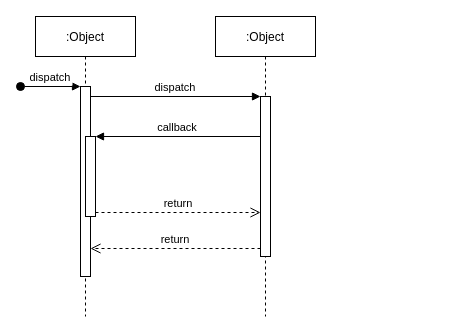
Above: UML/SW ENG course/Sequence diagrams/Using elevator.drawio in DeveloperLauri/UML-charts-draw.io (draw.io), before the change. Source tidied: cells renumbered, new cells numbered last; positions are measured from the earlier drawing's top-left corner, leaving out a move shared by most shapes. Both pictures are drawn from the tidied source at 100%, with x=0, y=0 at pixel (20, 16).
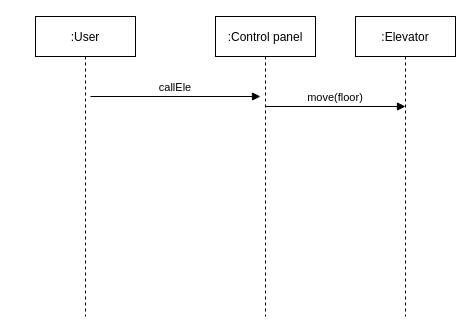
After the change.

Diff of the diagram source:
```diff
@@
 <mxGraphModel>
   <root>
     <mxCell id="0" />
     <mxCell id="1" parent="0" />
-    <mxCell id="2" value=":Object" style="shape=umlLifeline;perimeter=lifelinePerimeter;rounded=0;shadow=0;strokeWidth=1;" parent="1" vertex="1">
+    <mxCell id="2" value=":User" style="shape=umlLifeline;perimeter=lifelinePerimeter;rounded=0;shadow=0;strokeWidth=1;" parent="1" vertex="1">
       <mxGeometry x="15" width="100" height="300" as="geometry" />
     </mxCell>
-    <mxCell id="3" style="points=[];perimeter=orthogonalPerimeter;rounded=0;shadow=0;strokeWidth=1;" parent="2" vertex="1">
-      <mxGeometry x="45" y="70" width="10" height="190" as="geometry" />
-    </mxCell>
-    <mxCell id="4" value="dispatch" style="verticalAlign=bottom;startArrow=oval;endArrow=block;startSize=8;shadow=0;strokeWidth=1;" parent="2" edge="1" target="3">
-      <mxGeometry relative="1" as="geometry">
-        <mxPoint x="-15" y="70" as="sourcePoint" />
-      </mxGeometry>
-    </mxCell>
-    <mxCell id="5" style="points=[];perimeter=orthogonalPerimeter;rounded=0;shadow=0;strokeWidth=1;" parent="2" vertex="1">
-      <mxGeometry x="50" y="120" width="10" height="80" as="geometry" />
-    </mxCell>
-    <mxCell id="6" value=":Object" style="shape=umlLifeline;perimeter=lifelinePerimeter;rounded=0;shadow=0;strokeWidth=1;" parent="1" vertex="1">
+    <mxCell id="6" value=":Control panel" style="shape=umlLifeline;perimeter=lifelinePerimeter;rounded=0;shadow=0;strokeWidth=1;" parent="1" vertex="1">
       <mxGeometry x="195" width="100" height="300" as="geometry" />
     </mxCell>
-    <mxCell id="7" style="points=[];perimeter=orthogonalPerimeter;rounded=0;shadow=0;strokeWidth=1;" parent="6" vertex="1">
-      <mxGeometry x="45" y="80" width="10" height="160" as="geometry" />
-    </mxCell>
-    <mxCell id="8" value="return" style="verticalAlign=bottom;endArrow=open;dashed=1;endSize=8;exitX=0;exitY=0.95;shadow=0;strokeWidth=1;" parent="1" edge="1" source="7" target="3">
-      <mxGeometry relative="1" as="geometry" />
-    </mxCell>
-    <mxCell id="9" value="dispatch" style="verticalAlign=bottom;endArrow=block;entryX=0;entryY=0;shadow=0;strokeWidth=1;" parent="1" edge="1" source="3" target="7">
-      <mxGeometry relative="1" as="geometry" />
+    <mxCell id="9" value="callEle" style="verticalAlign=bottom;endArrow=block;entryX=0;entryY=0;shadow=0;strokeWidth=1;" parent="1" edge="1">
+      <mxGeometry relative="1" as="geometry">
+        <mxPoint x="70" y="80" as="sourcePoint" />
+        <mxPoint x="240" y="80" as="targetPoint" />
+      </mxGeometry>
     </mxCell>
-    <mxCell id="10" value="callback" style="verticalAlign=bottom;endArrow=block;entryX=1;entryY=0;shadow=0;strokeWidth=1;" parent="1" edge="1" source="7" target="5">
-      <mxGeometry relative="1" as="geometry" />
-    </mxCell>
-    <mxCell id="11" value="return" style="verticalAlign=bottom;endArrow=open;dashed=1;endSize=8;exitX=1;exitY=0.95;shadow=0;strokeWidth=1;" parent="1" edge="1" source="5" target="7">
-      <mxGeometry relative="1" as="geometry" />
-    </mxCell>
+    <mxCell id="12" value=":Elevator" style="shape=umlLifeline;perimeter=lifelinePerimeter;rounded=0;shadow=0;strokeWidth=1;" parent="1" vertex="1">
+      <mxGeometry x="335" width="100" height="300" as="geometry" />
+    </mxCell>
+    <mxCell id="13" value="move(floor)" style="verticalAlign=bottom;endArrow=block;shadow=0;strokeWidth=1;" parent="12" edge="1">
+      <mxGeometry relative="1" as="geometry">
+        <mxPoint x="-90" y="90" as="sourcePoint" />
+        <mxPoint x="50" y="90" as="targetPoint" />
+      </mxGeometry>
+    </mxCell>
   </root>
 </mxGraphModel>
```
